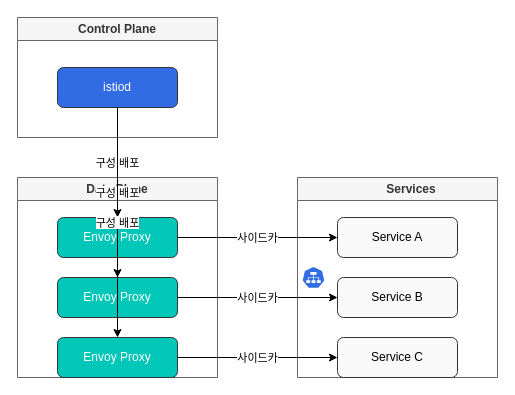
Earlier version of the draw.io diagram assets/generated-diagrams/istio_architecture.drawio (Atom-oh/kubernetes-docs). Source tidied: cells renumbered, new cells numbered last; positions are measured from the earlier drawing's top-left corner, leaving out a move shared by most shapes. Both pictures are drawn from the tidied source at 100%, with x=0, y=0 at pixel (17, 17).
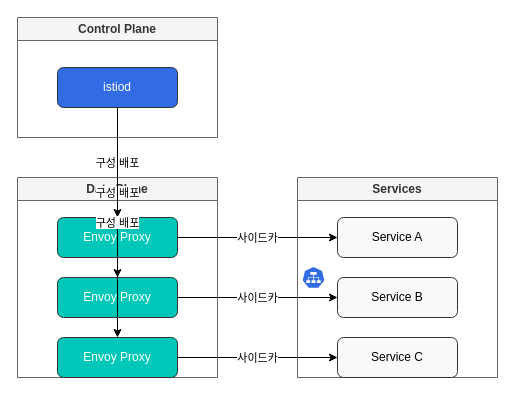
The same diagram, later.

Diff of the diagram source:
```diff
@@
-    <mxCell id="8" value="Services" style="swimlane;whiteSpace=wrap;html=1;fillColor=#f5f5f5;strokeColor=#666666;fontColor=#333333;fontSize=12;spacingLeft=28;" parent="1" vertex="1">
+    <mxCell id="8" value="Services" style="swimlane;whiteSpace=wrap;html=1;fillColor=#f5f5f5;strokeColor=#666666;fontColor=#333333;fontSize=12;" parent="1" vertex="1">
       <mxGeometry x="280" y="160" width="200" height="200" as="geometry" />
     </mxCell>
```
